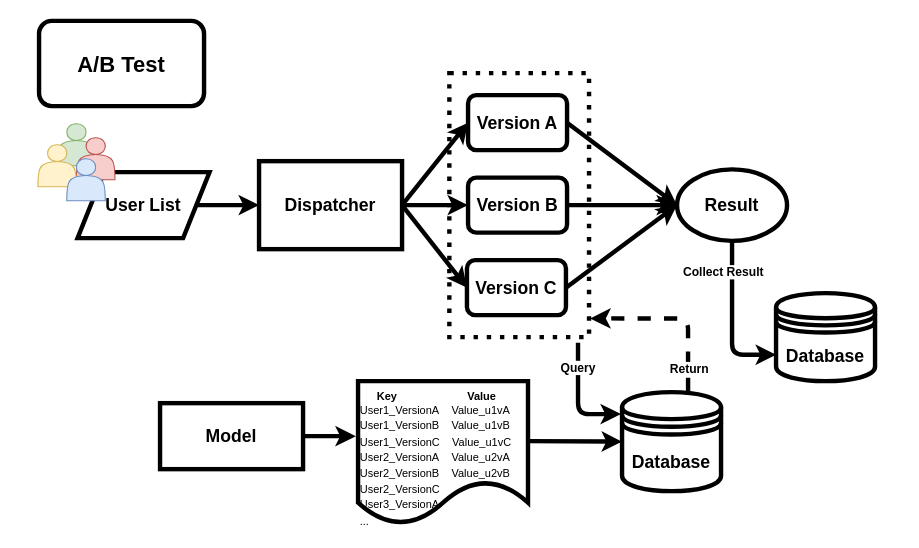
Above: page "versionLatest" (1 of 3) of my_abtest_workflow.drawio in udothemath/my_drawio (draw.io), before the change. Source tidied: cells renumbered, new cells numbered last; positions are measured from the earlier drawing's top-left corner, leaving out a move shared by most shapes. Both pictures are drawn from the tidied source at 110%, with x=0, y=0 at pixel (37, 20).
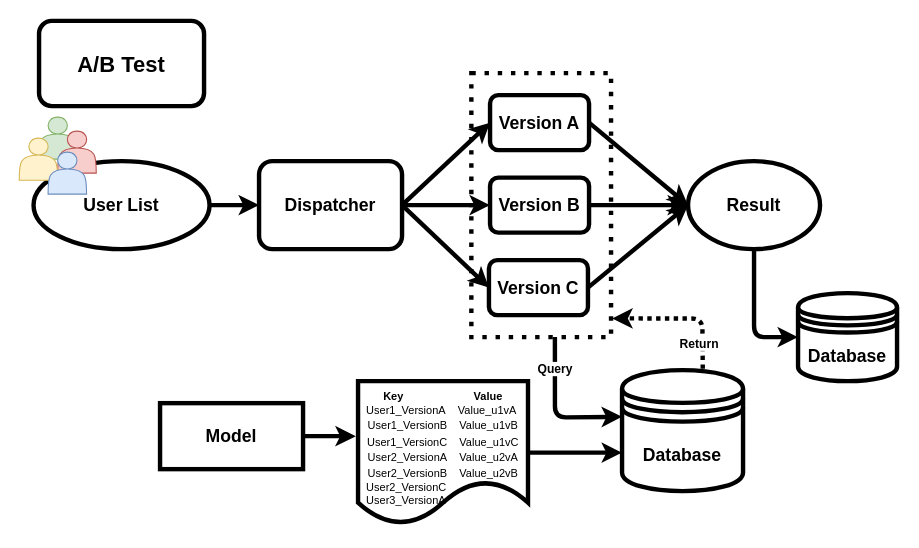
The same diagram, later.

Diff of the diagram source:
```diff
@@
     <mxCell id="2" style="whiteSpace=wrap;html=1;strokeWidth=4;fillColor=none;align=center;dashed=1;dashPattern=1 2;" parent="1" vertex="1">
-      <mxGeometry x="374" y="48" width="127" height="240" as="geometry" />
+      <mxGeometry x="394" y="48" width="127" height="240" as="geometry" />
     </mxCell>
-    <mxCell id="3" value="&lt;b&gt;&lt;font style=&quot;font-size: 16px&quot;&gt;Dispatcher&lt;/font&gt;&lt;/b&gt;" style="rounded=0;whiteSpace=wrap;html=1;strokeWidth=4;fillColor=#FFFFFF;align=center;" parent="1" vertex="1">
+    <mxCell id="3" value="&lt;b&gt;&lt;font style=&quot;font-size: 16px&quot;&gt;Dispatcher&lt;/font&gt;&lt;/b&gt;" style="rounded=1;whiteSpace=wrap;html=1;fontFamily=Helvetica;fontSize=12;fontColor=#000000;align=center;strokeColor=#000000;strokeWidth=4;fillColor=#FFFFFF;" parent="1" vertex="1">
       <mxGeometry x="201" y="128" width="130" height="80" as="geometry" />
     </mxCell>
     <mxCell id="4" value="&lt;b&gt;&lt;font style=&quot;font-size: 16px&quot;&gt;Version A&lt;/font&gt;&lt;/b&gt;" style="rounded=1;whiteSpace=wrap;html=1;strokeWidth=4;fillColor=#FFFFFF;" parent="1" vertex="1">
-      <mxGeometry x="391" y="68" width="90" height="50" as="geometry" />
+      <mxGeometry x="411" y="68" width="90" height="50" as="geometry" />
     </mxCell>
     <mxCell id="5" value="&lt;b&gt;&lt;font style=&quot;font-size: 16px&quot;&gt;Version B&lt;/font&gt;&lt;/b&gt;" style="rounded=1;whiteSpace=wrap;html=1;strokeWidth=4;fillColor=#FFFFFF;" parent="1" vertex="1">
-      <mxGeometry x="391" y="143" width="90" height="50" as="geometry" />
+      <mxGeometry x="411" y="143" width="90" height="50" as="geometry" />
     </mxCell>
     <mxCell id="6" value="&lt;b&gt;&lt;font style=&quot;font-size: 16px&quot;&gt;Version C&lt;/font&gt;&lt;/b&gt;" style="rounded=1;whiteSpace=wrap;html=1;strokeWidth=4;fillColor=#FFFFFF;" parent="1" vertex="1">
-      <mxGeometry x="390" y="218" width="90" height="50" as="geometry" />
+      <mxGeometry x="410" y="218" width="90" height="50" as="geometry" />
     </mxCell>
@@
     <mxCell id="9" value="&lt;b&gt;&lt;font style=&quot;font-size: 16px&quot;&gt;Result&lt;/font&gt;&lt;/b&gt;" style="ellipse;whiteSpace=wrap;html=1;strokeWidth=4;fillColor=#FFFFFF;" parent="1" vertex="1">
-      <mxGeometry x="581" y="135.5" width="100" height="65" as="geometry" />
+      <mxGeometry x="591" y="128" width="120" height="80" as="geometry" />
     </mxCell>
@@
-    <mxCell id="11" style="endArrow=classic;html=1;strokeWidth=4;exitX=0.921;exitY=1.021;exitDx=0;exitDy=0;entryX=-0.011;entryY=0.222;entryDx=0;entryDy=0;exitPerimeter=0;entryPerimeter=0;" parent="1" edge="1" source="2" target="19">
+    <mxCell id="11" style="endArrow=classic;html=1;strokeWidth=4;exitX=0.598;exitY=0.999;exitDx=0;exitDy=0;entryX=0;entryY=0.386;entryDx=0;entryDy=0;exitPerimeter=0;entryPerimeter=0;" parent="1" edge="1" source="2" target="19">
       <mxGeometry relative="1" as="geometry">
         <Array as="points">
-          <mxPoint x="491" y="358" />
+          <mxPoint x="470" y="361" />
         </Array>
       </mxGeometry>
     </mxCell>
@@
-    <mxCell id="13" style="endArrow=classic;html=1;strokeWidth=4;dashed=1;entryX=1.008;entryY=0.929;entryDx=0;entryDy=0;exitX=0.667;exitY=-0.011;exitDx=0;exitDy=0;exitPerimeter=0;entryPerimeter=0;" parent="1" edge="1" source="19" target="2">
+    <mxCell id="13" style="endArrow=classic;html=1;strokeWidth=4;dashed=1;entryX=1.008;entryY=0.929;entryDx=0;entryDy=0;exitX=0.667;exitY=-0.011;exitDx=0;exitDy=0;exitPerimeter=0;entryPerimeter=0;dashPattern=1 1;" parent="1" edge="1" source="19" target="2">
       <mxGeometry relative="1" as="geometry">
         <Array as="points">
-          <mxPoint x="591" y="271" />
+          <mxPoint x="604" y="271" />
         </Array>
       </mxGeometry>
     </mxCell>
     <mxCell id="14" value="&lt;b&gt;Return&lt;/b&gt;" style="edgeLabel;html=1;align=center;verticalAlign=middle;" parent="13" vertex="1">
       <mxGeometry x="-0.57" relative="1" as="geometry">
-        <mxPoint y="12" as="offset" />
+        <mxPoint x="-3.2" y="3.4" as="offset" />
       </mxGeometry>
     </mxCell>
-    <mxCell id="15" style="edgeStyle=elbowEdgeStyle;elbow=vertical;endArrow=classic;html=1;strokeWidth=4;exitX=0.5;exitY=1;exitDx=0;exitDy=0;entryX=0;entryY=0.7;entryDx=0;entryDy=0;" parent="1" edge="1" source="9" target="17">
+    <mxCell id="15" style="edgeStyle=elbowEdgeStyle;elbow=vertical;endArrow=classic;html=1;strokeWidth=4;exitX=0.5;exitY=1;exitDx=0;exitDy=0;entryX=0;entryY=0.5;entryDx=0;entryDy=0;" parent="1" edge="1" source="9" target="17">
       <mxGeometry relative="1" as="geometry">
         <Array as="points">
-          <mxPoint x="641" y="304" />
+          <mxPoint x="671" y="288" />
+          <mxPoint x="661" y="304" />
         </Array>
       </mxGeometry>
     </mxCell>
-    <mxCell id="16" value="&lt;b&gt;Collect Result&lt;/b&gt;" style="edgeLabel;html=1;align=center;verticalAlign=middle;" parent="15" vertex="1">
-      <mxGeometry x="0.57" relative="1" as="geometry">
-        <mxPoint x="-18.5" y="-76" as="offset" />
-      </mxGeometry>
-    </mxCell>
     <mxCell id="17" value="&lt;b&gt;&lt;font style=&quot;font-size: 16px&quot;&gt;Database&lt;/font&gt;&lt;/b&gt;" style="shape=datastore;whiteSpace=wrap;html=1;strokeWidth=4;fillColor=#FFFFFF;" parent="1" vertex="1">
-      <mxGeometry x="671" y="248" width="90" height="80" as="geometry" />
+      <mxGeometry x="691" y="248" width="90" height="80" as="geometry" />
     </mxCell>
@@
     <mxCell id="19" value="&lt;b&gt;&lt;font style=&quot;font-size: 16px&quot;&gt;Database&lt;/font&gt;&lt;/b&gt;" style="shape=datastore;whiteSpace=wrap;html=1;strokeWidth=4;fillColor=#FFFFFF;" parent="1" vertex="1">
-      <mxGeometry x="531" y="338" width="90" height="90" as="geometry" />
+      <mxGeometry x="531" y="318" width="110" height="110" as="geometry" />
     </mxCell>
+    <mxCell id="21" style="edgeStyle=orthogonalEdgeStyle;rounded=0;jettySize=auto;html=1;strokeWidth=4;exitX=1;exitY=0.5;exitDx=0;exitDy=0;" parent="1" edge="1" source="20" target="3">
+      <mxGeometry relative="1" as="geometry" />
+    </mxCell>
+    <mxCell id="29" style="endArrow=classic;html=1;strokeWidth=4;entryX=0;entryY=0.5;entryDx=0;entryDy=0;" parent="1" edge="1" target="4">
+      <mxGeometry relative="1" as="geometry">
+        <mxPoint x="331" y="168" as="sourcePoint" />
+      </mxGeometry>
+    </mxCell>
+    <mxCell id="30" style="endArrow=classic;html=1;strokeWidth=4;entryX=0;entryY=0.5;entryDx=0;entryDy=0;" parent="1" edge="1" target="5">
+      <mxGeometry relative="1" as="geometry">
+        <mxPoint x="331" y="168" as="sourcePoint" />
+      </mxGeometry>
+    </mxCell>
+    <mxCell id="31" style="endArrow=classic;html=1;strokeWidth=4;entryX=0;entryY=0.5;entryDx=0;entryDy=0;" parent="1" edge="1" target="6">
+      <mxGeometry relative="1" as="geometry">
+        <mxPoint x="331" y="168" as="sourcePoint" />
+      </mxGeometry>
+    </mxCell>
+    <mxCell id="36" style="edgeStyle=orthogonalEdgeStyle;rounded=0;jettySize=auto;html=1;strokeWidth=4;" parent="1" edge="1" source="32">
+      <mxGeometry relative="1" as="geometry">
+        <mxPoint x="531" y="393" as="targetPoint" />
+      </mxGeometry>
+    </mxCell>
+    <mxCell id="32" value="&lt;div&gt;&lt;span style=&quot;font-size: 10px&quot;&gt;&lt;b&gt;Key&amp;nbsp; &amp;nbsp; &amp;nbsp; &amp;nbsp; &amp;nbsp; &amp;nbsp; &amp;nbsp; &amp;nbsp; &amp;nbsp; &amp;nbsp; &amp;nbsp; &amp;nbsp;Value&lt;/b&gt;&lt;/span&gt;&lt;/div&gt;&lt;font style=&quot;font-size: 10px&quot;&gt;&lt;div&gt;&lt;span&gt;User1_VersionA&amp;nbsp; &amp;nbsp; Value_u1vA&amp;nbsp;&lt;/span&gt;&lt;/div&gt;&lt;span&gt;User1_&lt;/span&gt;VersionB&amp;nbsp; &amp;nbsp;&amp;nbsp;&lt;span&gt;Value_u1vB&lt;/span&gt;&lt;span&gt;&lt;br&gt;User1_&lt;/span&gt;VersionC&amp;nbsp; &amp;nbsp;&amp;nbsp;&lt;span&gt;Value_u1vC&lt;/span&gt;&lt;span&gt;&lt;br&gt;User2_&lt;/span&gt;VersionA&amp;nbsp; &amp;nbsp;&amp;nbsp;&lt;span&gt;Value_u2vA&lt;/span&gt;&lt;span&gt;&lt;br&gt;User2_&lt;/span&gt;VersionB&amp;nbsp; &amp;nbsp;&amp;nbsp;&lt;span&gt;Value_u2vB&lt;/span&gt;&lt;span&gt;&lt;br&gt;&lt;div style=&quot;text-align: left&quot;&gt;&lt;span&gt;User2_&lt;/span&gt;&lt;span&gt;VersionC&lt;/span&gt;&lt;/div&gt;&lt;/span&gt;&lt;div style=&quot;text-align: left&quot;&gt;&lt;span&gt;User3_VersionA&lt;/span&gt;&lt;/div&gt;&lt;br&gt;&lt;/font&gt;" style="shape=document;whiteSpace=wrap;html=1;boundedLbl=1;strokeWidth=4;fillColor=#FFFFFF;align=center;horizontal=1;verticalAlign=top;labelPosition=center;verticalLabelPosition=middle;" parent="1" vertex="1">
+      <mxGeometry x="291" y="328" width="154.5" height="130" as="geometry" />
+    </mxCell>
+    <mxCell id="33" value="&lt;b&gt;&lt;font style=&quot;font-size: 16px&quot;&gt;Model&lt;/font&gt;&lt;/b&gt;" style="rounded=0;whiteSpace=wrap;html=1;strokeWidth=4;fillColor=#FFFFFF;align=center;" parent="1" vertex="1">
+      <mxGeometry x="111" y="348" width="130" height="60" as="geometry" />
+    </mxCell>
+    <mxCell id="34" style="edgeStyle=orthogonalEdgeStyle;rounded=0;jettySize=auto;html=1;strokeWidth=4;exitX=1;exitY=0.5;exitDx=0;exitDy=0;entryX=-0.013;entryY=0.385;entryDx=0;entryDy=0;entryPerimeter=0;" parent="1" edge="1" source="33" target="32">
+      <mxGeometry relative="1" as="geometry">
+        <Array as="points">
+          <mxPoint x="271" y="378" />
+          <mxPoint x="271" y="378" />
+        </Array>
+      </mxGeometry>
+    </mxCell>
+    <mxCell id="24" style="group;" parent="1" vertex="1">
+      <mxGeometry y="94" width="156" height="114" as="geometry" />
+    </mxCell>
-    <mxCell id="20" value="&lt;b&gt;&lt;font style=&quot;font-size: 16px&quot;&gt;User List&lt;/font&gt;&lt;/b&gt;" style="shape=parallelogram;perimeter=parallelogramPerimeter;whiteSpace=wrap;html=1;strokeWidth=4;fillColor=#FFFFFF;align=center;" parent="1" vertex="1">
-      <mxGeometry x="36" y="138" width="120" height="60" as="geometry" />
+    <mxCell id="20" value="&lt;b&gt;&lt;font style=&quot;font-size: 16px&quot;&gt;User List&lt;/font&gt;&lt;/b&gt;" style="ellipse;whiteSpace=wrap;html=1;fontFamily=Helvetica;fontSize=12;fontColor=#000000;align=center;strokeColor=#000000;strokeWidth=4;fillColor=#FFFFFF;" parent="24" vertex="1">
+      <mxGeometry x="-4" y="34" width="160" height="80" as="geometry" />
     </mxCell>
-    <mxCell id="21" style="edgeStyle=orthogonalEdgeStyle;rounded=0;jettySize=auto;html=1;strokeWidth=4;exitX=1;exitY=0.5;exitDx=0;exitDy=0;" parent="1" edge="1" source="20" target="3">
-      <mxGeometry relative="1" as="geometry" />
-    </mxCell>
-    <mxCell id="22" style="group;" parent="1" vertex="1">
-      <mxGeometry y="94" width="70" height="70" as="geometry" />
-    </mxCell>
-    <mxCell id="23" style="group;" parent="22" vertex="1">
-      <mxGeometry width="70" height="70" as="geometry" />
-    </mxCell>
-    <mxCell id="24" style="group;" parent="23" vertex="1">
-      <mxGeometry width="70" height="70" as="geometry" />
-    </mxCell>
     <mxCell id="25" style="shape=actor;whiteSpace=wrap;html=1;fillColor=#d5e8d4;strokeColor=#82b366;" parent="24" vertex="1">
-      <mxGeometry x="17.5" width="35" height="38.2" as="geometry" />
+      <mxGeometry x="0.5" y="-6" width="35" height="38.2" as="geometry" />
     </mxCell>
     <mxCell id="26" style="shape=actor;whiteSpace=wrap;html=1;fillColor=#f8cecc;strokeColor=#b85450;" parent="24" vertex="1">
-      <mxGeometry x="35" y="12.7" width="35" height="38.2" as="geometry" />
+      <mxGeometry x="18" y="6.7" width="35" height="38.2" as="geometry" />
     </mxCell>
     <mxCell id="27" style="shape=actor;whiteSpace=wrap;html=1;fillColor=#fff2cc;strokeColor=#d6b656;" parent="24" vertex="1">
-      <mxGeometry y="19.1" width="35" height="38.2" as="geometry" />
+      <mxGeometry x="-17" y="13.1" width="35" height="38.2" as="geometry" />
     </mxCell>
     <mxCell id="28" style="shape=actor;whiteSpace=wrap;html=1;fillColor=#dae8fc;strokeColor=#6c8ebf;" parent="24" vertex="1">
-      <mxGeometry x="26.2" y="31.8" width="35" height="38.2" as="geometry" />
+      <mxGeometry x="9.2" y="25.8" width="35" height="38.2" as="geometry" />
     </mxCell>
-    <mxCell id="29" style="endArrow=classic;html=1;strokeWidth=4;entryX=0;entryY=0.5;entryDx=0;entryDy=0;" parent="1" edge="1" target="4">
-      <mxGeometry relative="1" as="geometry">
-        <mxPoint x="331" y="168" as="sourcePoint" />
-      </mxGeometry>
-    </mxCell>
-    <mxCell id="30" style="endArrow=classic;html=1;strokeWidth=4;entryX=0;entryY=0.5;entryDx=0;entryDy=0;" parent="1" edge="1" target="5">
-      <mxGeometry relative="1" as="geometry">
-        <mxPoint x="331" y="168" as="sourcePoint" />
-      </mxGeometry>
-    </mxCell>
-    <mxCell id="31" style="endArrow=classic;html=1;strokeWidth=4;entryX=0;entryY=0.5;entryDx=0;entryDy=0;" parent="1" edge="1" target="6">
-      <mxGeometry relative="1" as="geometry">
-        <mxPoint x="331" y="168" as="sourcePoint" />
-      </mxGeometry>
-    </mxCell>
-    <mxCell id="32" value="&lt;div style=&quot;text-align: center&quot;&gt;&lt;span style=&quot;font-size: 10px&quot;&gt;&lt;b&gt;Key&amp;nbsp; &amp;nbsp; &amp;nbsp; &amp;nbsp; &amp;nbsp; &amp;nbsp; &amp;nbsp; &amp;nbsp; &amp;nbsp; &amp;nbsp; &amp;nbsp; &amp;nbsp;Value&lt;/b&gt;&lt;/span&gt;&lt;/div&gt;&lt;font style=&quot;font-size: 10px&quot;&gt;&lt;div style=&quot;text-align: center&quot;&gt;&lt;span&gt;User1_VersionA&amp;nbsp; &amp;nbsp; Value_u1vA&amp;nbsp;&lt;/span&gt;&lt;/div&gt;&lt;span&gt;User1_&lt;/span&gt;VersionB&amp;nbsp; &amp;nbsp;&amp;nbsp;&lt;span style=&quot;text-align: center&quot;&gt;Value_u1vB&lt;/span&gt;&lt;span&gt;&lt;br&gt;User1_&lt;/span&gt;VersionC&amp;nbsp; &amp;nbsp;&amp;nbsp;&lt;span style=&quot;text-align: center&quot;&gt;Value_u1vC&lt;/span&gt;&lt;span&gt;&lt;br&gt;User2_&lt;/span&gt;VersionA&amp;nbsp; &amp;nbsp;&amp;nbsp;&lt;span style=&quot;text-align: center&quot;&gt;Value_u2vA&lt;/span&gt;&lt;span&gt;&lt;br&gt;User2_&lt;/span&gt;VersionB&amp;nbsp; &amp;nbsp;&amp;nbsp;&lt;span style=&quot;text-align: center&quot;&gt;Value_u2vB&lt;/span&gt;&lt;span&gt;&lt;br&gt;User2_&lt;/span&gt;VersionC&lt;span&gt;&lt;br&gt;&lt;/span&gt;User3_VersionA&lt;br&gt;...&lt;/font&gt;" style="shape=document;whiteSpace=wrap;html=1;boundedLbl=1;strokeWidth=4;fillColor=#FFFFFF;align=left;horizontal=1;verticalAlign=top;labelPosition=center;verticalLabelPosition=middle;" parent="1" vertex="1">
-      <mxGeometry x="291" y="328" width="154.5" height="130" as="geometry" />
-    </mxCell>
-    <mxCell id="33" value="&lt;b&gt;&lt;font style=&quot;font-size: 16px&quot;&gt;Model&lt;/font&gt;&lt;/b&gt;" style="rounded=0;whiteSpace=wrap;html=1;strokeWidth=4;fillColor=#FFFFFF;align=center;" parent="1" vertex="1">
-      <mxGeometry x="111" y="348" width="130" height="60" as="geometry" />
-    </mxCell>
-    <mxCell id="34" style="edgeStyle=orthogonalEdgeStyle;rounded=0;jettySize=auto;html=1;strokeWidth=4;exitX=1;exitY=0.5;exitDx=0;exitDy=0;entryX=-0.013;entryY=0.385;entryDx=0;entryDy=0;entryPerimeter=0;" parent="1" edge="1" source="33" target="32">
-      <mxGeometry relative="1" as="geometry">
-        <Array as="points">
-          <mxPoint x="271" y="378" />
-          <mxPoint x="271" y="378" />
-        </Array>
-      </mxGeometry>
-    </mxCell>
-    <mxCell id="35" style="edgeStyle=orthogonalEdgeStyle;rounded=0;jettySize=auto;html=1;strokeWidth=4;exitX=1;exitY=0.5;exitDx=0;exitDy=0;entryX=0;entryY=0.5;entryDx=0;entryDy=0;" parent="1" edge="1" target="19">
-      <mxGeometry relative="1" as="geometry">
-        <mxPoint x="445.5" y="382.5" as="sourcePoint" />
-      </mxGeometry>
-    </mxCell>
+    <mxCell id="37" style="edgeStyle=orthogonalEdgeStyle;rounded=0;orthogonalLoop=1;jettySize=auto;html=1;dashed=1;dashPattern=1 1;strokeWidth=4;" parent="1" edge="1">
+      <mxGeometry relative="1" as="geometry">
+        <mxPoint x="71" y="388" as="sourcePoint" />
+        <mxPoint x="71" y="388" as="targetPoint" />
+      </mxGeometry>
+    </mxCell>
```
